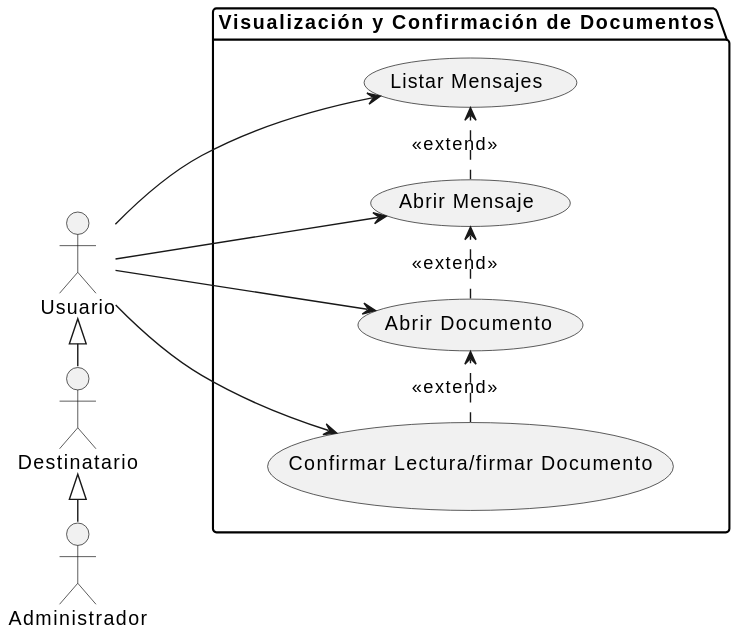
The PlantUML diagram docs/casosDeUso/diagramaCasosDeUso/visualizacionConfirmacionDocumentos/visualizacionConfirmacionDocumentos.svg in mmasias/24-25-IdSw1-SDR, before a commit.
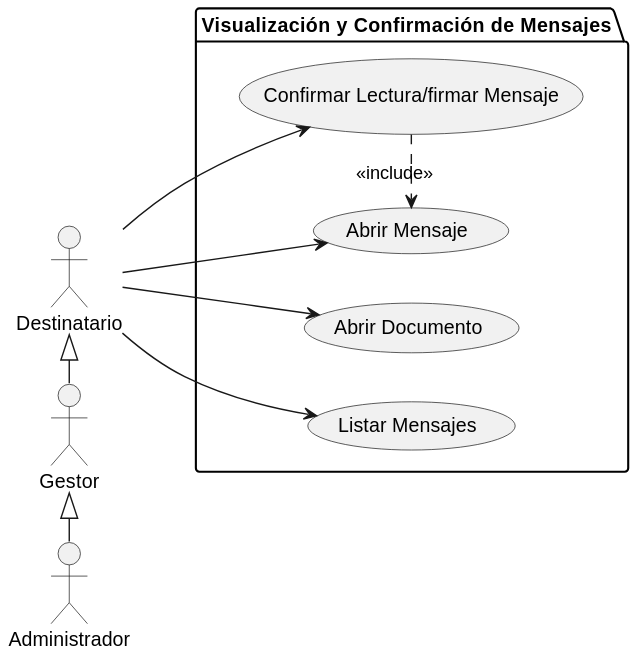
Above is the later version.

What changed in the source:
```diff
@@ -1,22 +1,20 @@
 @startuml
 left to right direction
-actor "Usuario" as Usuario
+actor "Gestor" as Usuario
 actor "Destinatario" as Destinatario
 
-package "Visualización y Confirmación de Documentos" {
+package "Visualización y Confirmación de Mensajes" {
     usecase "Listar Mensajes" as VCD1
     usecase "Abrir Mensaje" as VCD2
-    VCD2 .> VCD1 : <<extend>>
     usecase "Abrir Documento" as VCD3
-    VCD3 .> VCD2 : <<extend>>
-    usecase "Confirmar Lectura/firmar Documento" as VCD4
-    VCD4 .> VCD3 : <<extend>>
+    usecase "Confirmar Lectura/firmar Mensaje" as VCD4
+    VCD4 .> VCD2 : <<include>>
 }
 
-Usuario <|- Destinatario
-Destinatario <|- Administrador
-Usuario -u-> VCD1
-Usuario --> VCD2
-Usuario --> VCD3
-Usuario --> VCD4
+Destinatario <|- Usuario
+Usuario <|- Administrador
+Destinatario -u-> VCD1
+Destinatario --> VCD2
+Destinatario --> VCD3
+Destinatario --> VCD4
 @enduml
```
